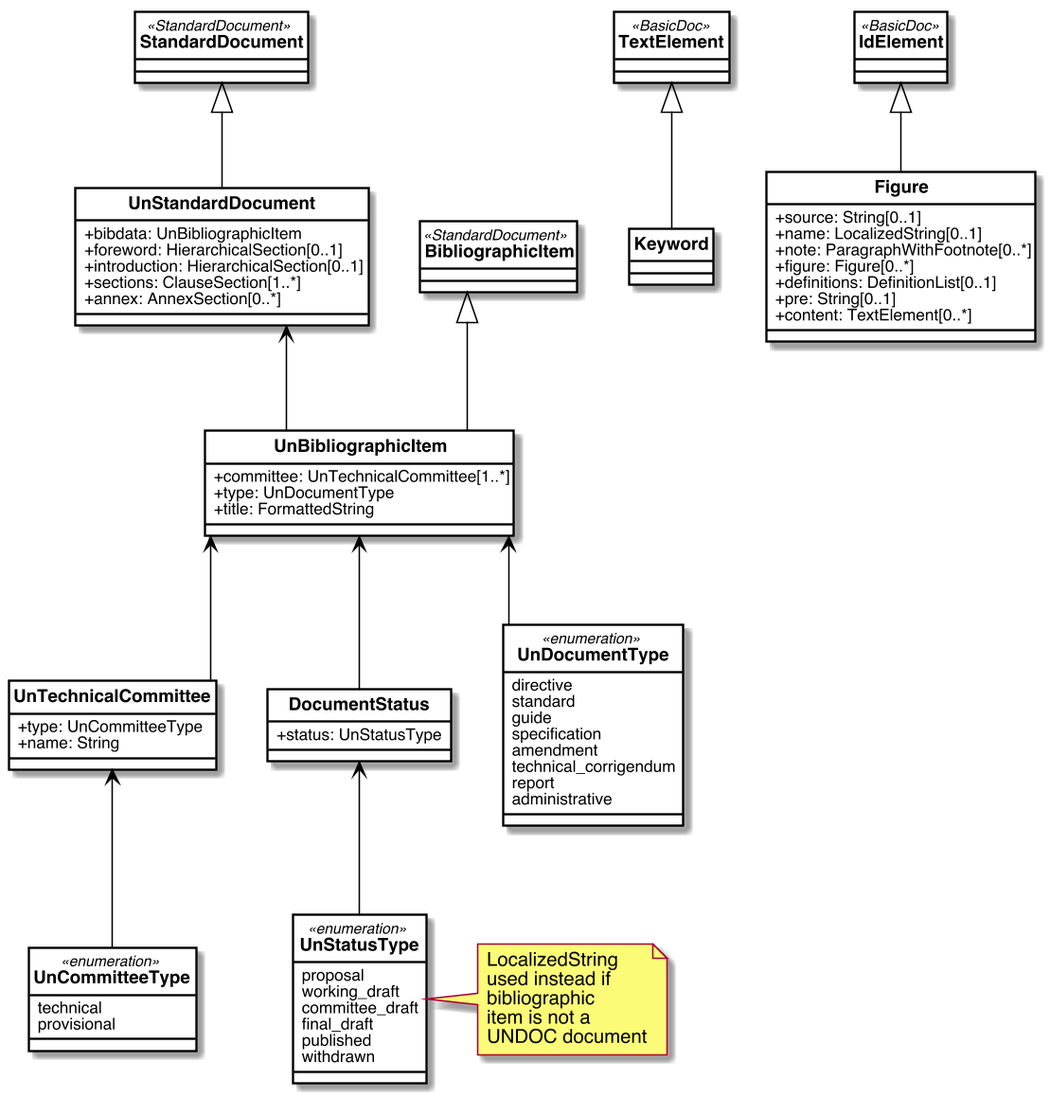
Earlier version of the PlantUML export un/images/UnDocument.png (metanorma/standoc-models).
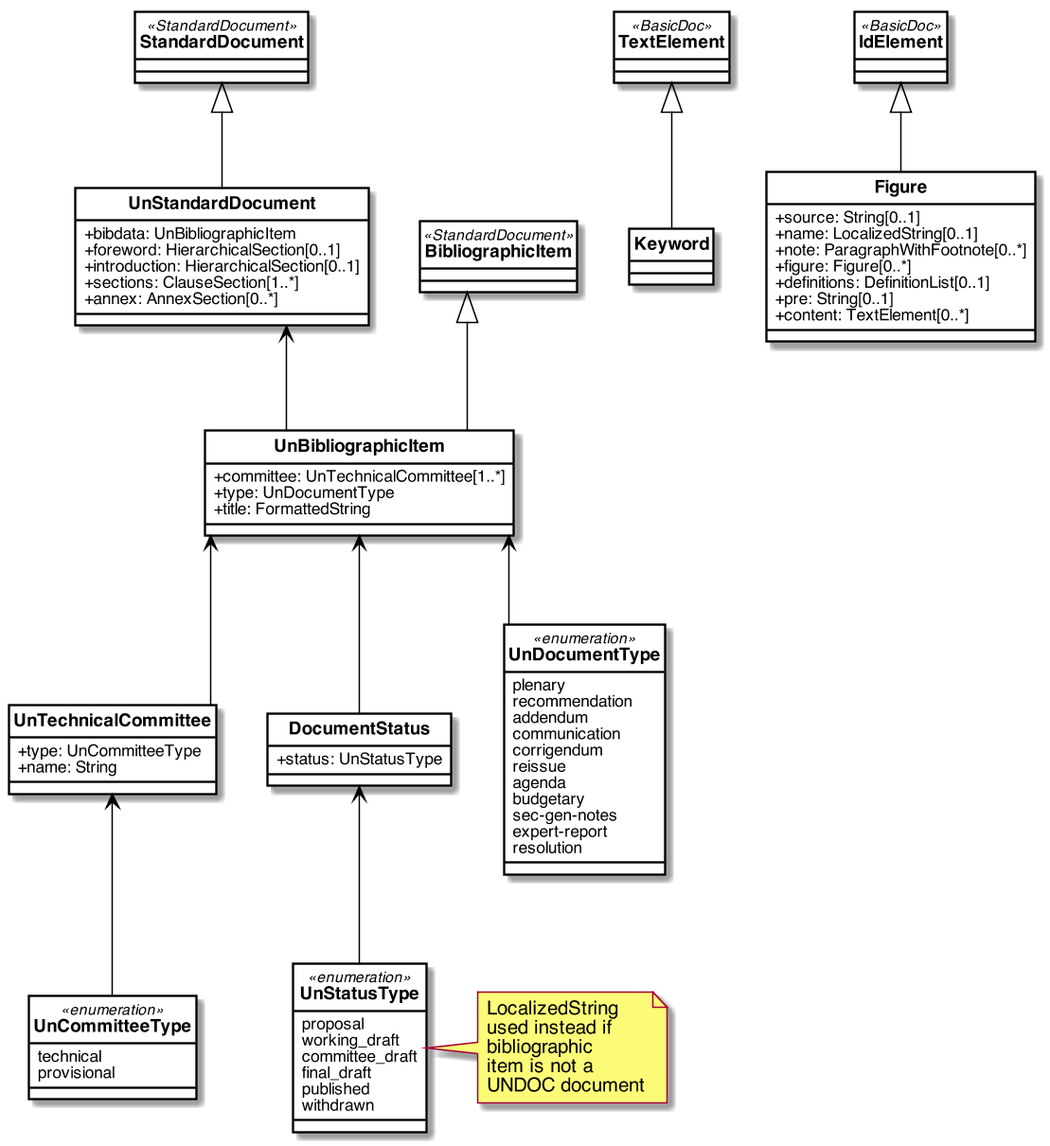
Above is the later version.

The edit, as a diff of the source:
```diff
@@ -104,14 +104,17 @@
 }
 
 enum UnDocumentType <<enumeration>>{
-    directive
-    standard
-    guide
-    specification
-    amendment
-    technical_corrigendum
-    report
-    administrative
+        plenary
+recommendation
+addendum
+communication
+corrigendum
+reissue
+agenda
+budgetary
+sec-gen-notes
+expert-report
+resolution
 }
 
 enum UnCommitteeType <<enumeration>>{
```
